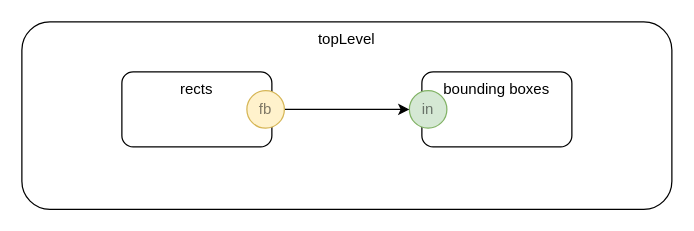
This is guitarvydas/sequence.drawio from langjam/jam0001, a draw.io file, before an edit. Source tidied: cells renumbered, new cells numbered last; positions are measured from the earlier drawing's top-left corner, leaving out a move shared by most shapes. Both pictures are drawn from the tidied source at 125%, with x=0, y=0 at pixel (21, 21).
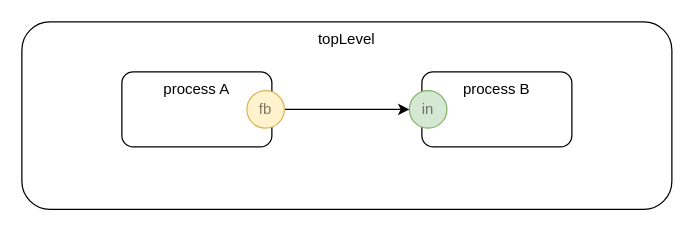
The same diagram, later.

What changed in the source:
```diff
@@
 <mxGraphModel>
   <root>
     <mxCell id="0" />
     <mxCell id="1" parent="0" />
     <mxCell id="2" value="topLevel" style="rounded=1;whiteSpace=wrap;html=1;verticalAlign=top;" parent="1" vertex="1">
       <mxGeometry width="520" height="150" as="geometry" />
     </mxCell>
-    <mxCell id="3" value="rects" style="rounded=1;whiteSpace=wrap;html=1;verticalAlign=top;" parent="1" vertex="1">
+    <mxCell id="3" value="process A" style="rounded=1;whiteSpace=wrap;html=1;verticalAlign=top;" parent="1" vertex="1">
       <mxGeometry x="80" y="40" width="120" height="60" as="geometry" />
     </mxCell>
-    <mxCell id="4" value="bounding boxes" style="rounded=1;whiteSpace=wrap;html=1;verticalAlign=top;" parent="1" vertex="1">
+    <mxCell id="4" value="process B" style="rounded=1;whiteSpace=wrap;html=1;verticalAlign=top;" parent="1" vertex="1">
       <mxGeometry x="320" y="40" width="120" height="60" as="geometry" />
     </mxCell>
     <mxCell id="5" value="in" style="ellipse;whiteSpace=wrap;html=1;fillColor=#d5e8d4;align=center;strokeColor=#82b366;textOpacity=50;" parent="1" vertex="1">
       <mxGeometry x="310" y="55" width="30" height="30" as="geometry" />
     </mxCell>
     <mxCell id="6" style="edgeStyle=orthogonalEdgeStyle;rounded=0;jettySize=auto;html=1;entryX=0;entryY=0.5;entryDx=0;entryDy=0;" parent="1" edge="1" source="7" target="5">
       <mxGeometry relative="1" as="geometry" />
     </mxCell>
     <mxCell id="7" value="fb" style="ellipse;whiteSpace=wrap;html=1;fillColor=#fff2cc;align=center;strokeColor=#d6b656;textOpacity=50;" parent="1" vertex="1">
       <mxGeometry x="180" y="55" width="30" height="30" as="geometry" />
     </mxCell>
     <mxCell id="8" style="edgeStyle=orthogonalEdgeStyle;rounded=0;orthogonalLoop=1;jettySize=auto;html=1;exitX=1;exitY=0.5;exitDx=0;exitDy=0;" parent="1" edge="1">
       <mxGeometry relative="1" as="geometry">
         <mxPoint x="450" y="70" as="sourcePoint" />
       </mxGeometry>
     </mxCell>
     <mxCell id="9" style="edgeStyle=orthogonalEdgeStyle;rounded=0;orthogonalLoop=1;jettySize=auto;html=1;" parent="1" edge="1">
       <mxGeometry relative="1" as="geometry">
         <mxPoint x="20" y="70" as="sourcePoint" />
       </mxGeometry>
     </mxCell>
   </root>
 </mxGraphModel>
```
